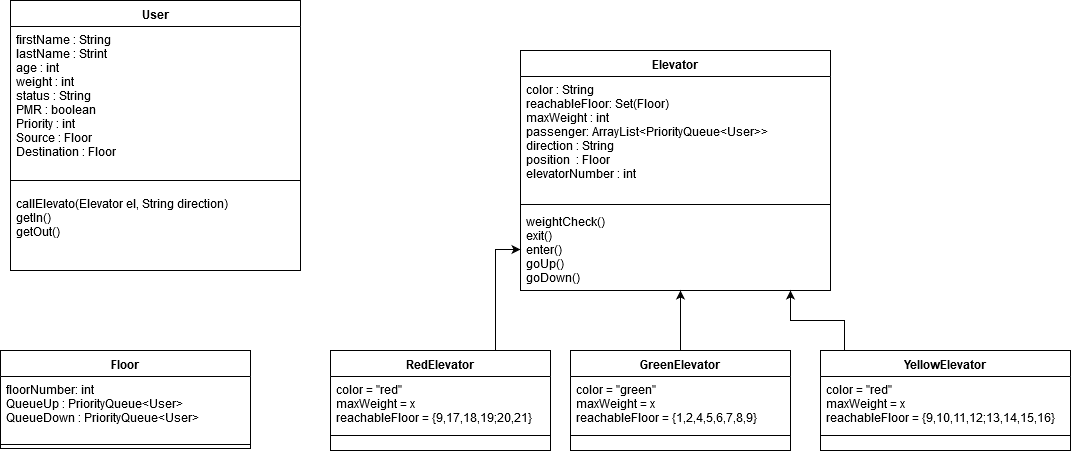
This is Untitled Diagram.png from da-ekchajzer/POO_Ascenseur, a draw.io export, as it was before one commit. Source tidied: cells renumbered, new cells last; positions are measured from the earlier drawing's top-left corner, leaving out a move shared by most shapes. Source of this version:
```xml
<mxGraphModel>
  <root>
    <mxCell id="0" style="html=1;" />
    <mxCell id="1" style="html=1;" parent="0" />
    <mxCell id="2" value="User" style="swimlane;fontStyle=1;align=center;verticalAlign=top;horizontal=1;startSize=26;" parent="1" vertex="1">
      <mxGeometry x="10" width="290" height="270" as="geometry" />
    </mxCell>
    <mxCell id="3" value="firstName : String&#10;lastName : Strint&#10;age : int&#10;weight : int&#10;status : String&#10;PMR : boolean&#10;Priority : int&#10;Source : Floor&#10;Destination : Floor&#10;&#10;" style="text;strokeColor=none;fillColor=none;align=left;verticalAlign=top;spacingLeft=4;spacingRight=4;overflow=hidden;" parent="2" vertex="1">
      <mxGeometry y="26" width="290" height="144" as="geometry" />
    </mxCell>
    <mxCell id="4" style="line;strokeWidth=1;fillColor=none;align=left;verticalAlign=middle;spacingTop=-1;spacingLeft=3;spacingRight=3;labelPosition=right;" parent="2" vertex="1">
      <mxGeometry y="170" width="290" height="20" as="geometry" />
    </mxCell>
    <mxCell id="5" value="callElevato(Elevator el, String direction)&#10;getIn()&#10;getOut()&#10;&#10;&#10;" style="text;strokeColor=none;fillColor=none;align=left;verticalAlign=top;spacingLeft=4;spacingRight=4;overflow=hidden;points=[[0,0.5],[1,0.5]];portConstraint=eastwest;" parent="2" vertex="1">
      <mxGeometry y="190" width="290" height="80" as="geometry" />
    </mxCell>
    <mxCell id="6" value="Elevator" style="swimlane;fontStyle=1;align=center;verticalAlign=top;horizontal=1;startSize=26;" parent="1" vertex="1">
      <mxGeometry x="520" y="50" width="310" height="240" as="geometry" />
    </mxCell>
    <mxCell id="7" value="color : String&#10;reachableFloor: Set(Floor)&#10;maxWeight : int&#10;passenger: ArrayList&lt;PriorityQueue&lt;User&gt;&gt;&#10;direction : String&#10;position  : Floor&#10;elevatorNumber : int&#10;&#10;&#10;" style="text;strokeColor=none;fillColor=none;align=left;verticalAlign=top;spacingLeft=4;spacingRight=4;overflow=hidden;" parent="6" vertex="1">
      <mxGeometry y="26" width="310" height="124" as="geometry" />
    </mxCell>
    <mxCell id="8" style="line;strokeWidth=1;fillColor=none;align=left;verticalAlign=middle;spacingTop=-1;spacingLeft=3;spacingRight=3;labelPosition=right;" parent="6" vertex="1">
      <mxGeometry y="150" width="310" height="8" as="geometry" />
    </mxCell>
    <mxCell id="9" value="weightCheck()&#10;exit()&#10;enter()&#10;goUp()&#10;goDown()&#10;" style="text;strokeColor=none;fillColor=none;align=left;verticalAlign=top;spacingLeft=4;spacingRight=4;overflow=hidden;points=[[0,0.5],[1,0.5]];portConstraint=eastwest;" parent="6" vertex="1">
      <mxGeometry y="158" width="310" height="82" as="geometry" />
    </mxCell>
    <mxCell id="10" style="edgeStyle=orthogonalEdgeStyle;rounded=0;jettySize=auto;html=1;" parent="1" edge="1" source="11">
      <mxGeometry relative="1" as="geometry">
        <mxPoint x="680" y="290" as="targetPoint" />
        <Array as="points">
          <mxPoint x="680" y="310" />
          <mxPoint x="680" y="310" />
        </Array>
      </mxGeometry>
    </mxCell>
    <mxCell id="11" value="GreenElevator" style="swimlane;fontStyle=1;align=center;verticalAlign=top;horizontal=1;startSize=26;" parent="1" vertex="1">
      <mxGeometry x="570" y="350" width="220" height="100" as="geometry" />
    </mxCell>
    <mxCell id="12" value="color = &quot;green&quot;&#10;maxWeight = x&#10;reachableFloor = {1,2,4,5,6,7,8,9}&#10;&#10;" style="text;strokeColor=none;fillColor=none;align=left;verticalAlign=top;spacingLeft=4;spacingRight=4;overflow=hidden;" parent="11" vertex="1">
      <mxGeometry y="26" width="220" height="44" as="geometry" />
    </mxCell>
    <mxCell id="13" style="line;strokeWidth=1;fillColor=none;align=left;verticalAlign=middle;spacingTop=-1;spacingLeft=3;spacingRight=3;labelPosition=right;" parent="11" vertex="1">
      <mxGeometry y="70" width="220" height="30" as="geometry" />
    </mxCell>
    <mxCell id="14" style="edgeStyle=orthogonalEdgeStyle;rounded=0;jettySize=auto;html=1;exitX=0.75;exitY=0;exitDx=0;exitDy=0;entryX=0;entryY=0.5;entryDx=0;entryDy=0;" parent="1" edge="1" source="15" target="9">
      <mxGeometry relative="1" as="geometry" />
    </mxCell>
    <mxCell id="15" value="RedElevator" style="swimlane;fontStyle=1;align=center;verticalAlign=top;horizontal=1;startSize=26;" parent="1" vertex="1">
      <mxGeometry x="330" y="350" width="220" height="100" as="geometry" />
    </mxCell>
    <mxCell id="16" value="color = &quot;red&quot;&#10;maxWeight = x&#10;reachableFloor = {9,17,18,19;20,21}&#10;&#10;" style="text;strokeColor=none;fillColor=none;align=left;verticalAlign=top;spacingLeft=4;spacingRight=4;overflow=hidden;" parent="15" vertex="1">
      <mxGeometry y="26" width="220" height="44" as="geometry" />
    </mxCell>
    <mxCell id="17" style="line;strokeWidth=1;fillColor=none;align=left;verticalAlign=middle;spacingTop=-1;spacingLeft=3;spacingRight=3;labelPosition=right;" parent="15" vertex="1">
      <mxGeometry y="70" width="220" height="30" as="geometry" />
    </mxCell>
    <mxCell id="18" style="edgeStyle=orthogonalEdgeStyle;rounded=0;jettySize=auto;html=1;entryX=0.871;entryY=1;entryDx=0;entryDy=0;entryPerimeter=0;exitX=0.096;exitY=0.01;exitDx=0;exitDy=0;exitPerimeter=0;" parent="1" edge="1" source="19" target="9">
      <mxGeometry relative="1" as="geometry" />
    </mxCell>
    <mxCell id="19" value="YellowElevator" style="swimlane;fontStyle=1;align=center;verticalAlign=top;horizontal=1;startSize=26;" parent="1" vertex="1">
      <mxGeometry x="820" y="350" width="250" height="100" as="geometry" />
    </mxCell>
    <mxCell id="20" value="color = &quot;red&quot;&#10;maxWeight = x&#10;reachableFloor = {9,10,11,12;13,14,15,16}&#10;&#10;" style="text;strokeColor=none;fillColor=none;align=left;verticalAlign=top;spacingLeft=4;spacingRight=4;overflow=hidden;" parent="19" vertex="1">
      <mxGeometry y="26" width="250" height="44" as="geometry" />
    </mxCell>
    <mxCell id="21" style="line;strokeWidth=1;fillColor=none;align=left;verticalAlign=middle;spacingTop=-1;spacingLeft=3;spacingRight=3;labelPosition=right;" parent="19" vertex="1">
      <mxGeometry y="70" width="250" height="30" as="geometry" />
    </mxCell>
    <mxCell id="22" value="Floor" style="swimlane;fontStyle=1;align=center;verticalAlign=top;horizontal=1;startSize=26;" parent="1" vertex="1">
      <mxGeometry y="350" width="250" height="98" as="geometry" />
    </mxCell>
    <mxCell id="23" value="floorNumber: int&#10;QueueUp : PriorityQueue&lt;User&gt;&#10;QueueDown : PriorityQueue&lt;User&gt;&#10;" style="text;strokeColor=none;fillColor=none;align=left;verticalAlign=top;spacingLeft=4;spacingRight=4;overflow=hidden;" parent="22" vertex="1">
      <mxGeometry y="26" width="250" height="64" as="geometry" />
    </mxCell>
    <mxCell id="24" style="line;strokeWidth=1;fillColor=none;align=left;verticalAlign=middle;spacingTop=-1;spacingLeft=3;spacingRight=3;labelPosition=right;" parent="22" vertex="1">
      <mxGeometry y="90" width="250" height="8" as="geometry" />
    </mxCell>
  </root>
</mxGraphModel>
```
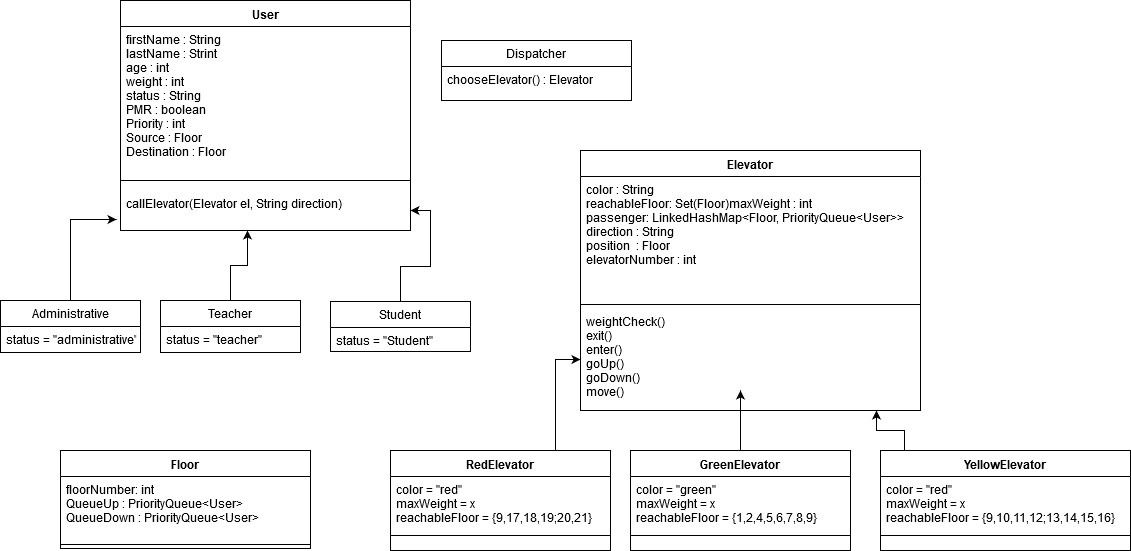
After the commit.

The edit, as a diff of the source:
```diff
@@ -3,7 +3,7 @@
     <mxCell id="0" style="html=1;" />
     <mxCell id="1" style="html=1;" parent="0" />
     <mxCell id="2" value="User" style="swimlane;fontStyle=1;align=center;verticalAlign=top;horizontal=1;startSize=26;" parent="1" vertex="1">
-      <mxGeometry x="10" width="290" height="270" as="geometry" />
+      <mxGeometry x="60" y="-100" width="290" height="230" as="geometry" />
     </mxCell>
     <mxCell id="3" value="firstName : String&#10;lastName : Strint&#10;age : int&#10;weight : int&#10;status : String&#10;PMR : boolean&#10;Priority : int&#10;Source : Floor&#10;Destination : Floor&#10;&#10;" style="text;strokeColor=none;fillColor=none;align=left;verticalAlign=top;spacingLeft=4;spacingRight=4;overflow=hidden;" parent="2" vertex="1">
       <mxGeometry y="26" width="290" height="144" as="geometry" />
@@ -11,20 +11,20 @@
     <mxCell id="4" style="line;strokeWidth=1;fillColor=none;align=left;verticalAlign=middle;spacingTop=-1;spacingLeft=3;spacingRight=3;labelPosition=right;" parent="2" vertex="1">
       <mxGeometry y="170" width="290" height="20" as="geometry" />
     </mxCell>
-    <mxCell id="5" value="callElevato(Elevator el, String direction)&#10;getIn()&#10;getOut()&#10;&#10;&#10;" style="text;strokeColor=none;fillColor=none;align=left;verticalAlign=top;spacingLeft=4;spacingRight=4;overflow=hidden;points=[[0,0.5],[1,0.5]];portConstraint=eastwest;" parent="2" vertex="1">
-      <mxGeometry y="190" width="290" height="80" as="geometry" />
+    <mxCell id="5" value="callElevator(Elevator el, String direction)&#10;&#10;&#10;&#10;&#10;" style="text;strokeColor=none;fillColor=none;align=left;verticalAlign=top;spacingLeft=4;spacingRight=4;overflow=hidden;points=[[0,0.5],[1,0.5]];portConstraint=eastwest;" parent="2" vertex="1">
+      <mxGeometry y="190" width="290" height="40" as="geometry" />
     </mxCell>
     <mxCell id="6" value="Elevator" style="swimlane;fontStyle=1;align=center;verticalAlign=top;horizontal=1;startSize=26;" parent="1" vertex="1">
-      <mxGeometry x="520" y="50" width="310" height="240" as="geometry" />
+      <mxGeometry x="520" y="50" width="340" height="260" as="geometry" />
     </mxCell>
-    <mxCell id="7" value="color : String&#10;reachableFloor: Set(Floor)&#10;maxWeight : int&#10;passenger: ArrayList&lt;PriorityQueue&lt;User&gt;&gt;&#10;direction : String&#10;position  : Floor&#10;elevatorNumber : int&#10;&#10;&#10;" style="text;strokeColor=none;fillColor=none;align=left;verticalAlign=top;spacingLeft=4;spacingRight=4;overflow=hidden;" parent="6" vertex="1">
-      <mxGeometry y="26" width="310" height="124" as="geometry" />
+    <mxCell id="7" value="color : String&#10;reachableFloor: Set(Floor)maxWeight : int&#10;passenger: LinkedHashMap&lt;Floor, PriorityQueue&lt;User&gt;&gt;&#10;direction : String&#10;position  : Floor&#10;elevatorNumber : int&#10;&#10;&#10;" style="text;strokeColor=none;fillColor=none;align=left;verticalAlign=top;spacingLeft=4;spacingRight=4;overflow=hidden;" parent="6" vertex="1">
+      <mxGeometry y="26" width="340" height="124" as="geometry" />
     </mxCell>
     <mxCell id="8" style="line;strokeWidth=1;fillColor=none;align=left;verticalAlign=middle;spacingTop=-1;spacingLeft=3;spacingRight=3;labelPosition=right;" parent="6" vertex="1">
-      <mxGeometry y="150" width="310" height="8" as="geometry" />
+      <mxGeometry y="150" width="340" height="8" as="geometry" />
     </mxCell>
-    <mxCell id="9" value="weightCheck()&#10;exit()&#10;enter()&#10;goUp()&#10;goDown()&#10;" style="text;strokeColor=none;fillColor=none;align=left;verticalAlign=top;spacingLeft=4;spacingRight=4;overflow=hidden;points=[[0,0.5],[1,0.5]];portConstraint=eastwest;" parent="6" vertex="1">
-      <mxGeometry y="158" width="310" height="82" as="geometry" />
+    <mxCell id="9" value="weightCheck()&#10;exit()&#10;enter()&#10;goUp()&#10;goDown()&#10;move()&#10;&#10;" style="text;strokeColor=none;fillColor=none;align=left;verticalAlign=top;spacingLeft=4;spacingRight=4;overflow=hidden;points=[[0,0.5],[1,0.5]];portConstraint=eastwest;" parent="6" vertex="1">
+      <mxGeometry y="158" width="340" height="102" as="geometry" />
     </mxCell>
     <mxCell id="10" style="edgeStyle=orthogonalEdgeStyle;rounded=0;jettySize=auto;html=1;" parent="1" edge="1" source="11">
       <mxGeometry relative="1" as="geometry">
@@ -77,5 +77,38 @@
     <mxCell id="24" style="line;strokeWidth=1;fillColor=none;align=left;verticalAlign=middle;spacingTop=-1;spacingLeft=3;spacingRight=3;labelPosition=right;" parent="22" vertex="1">
       <mxGeometry y="90" width="250" height="8" as="geometry" />
     </mxCell>
+    <mxCell id="25" style="edgeStyle=orthogonalEdgeStyle;rounded=0;jettySize=auto;html=1;entryX=0.438;entryY=0.988;entryDx=0;entryDy=0;entryPerimeter=0;" parent="1" edge="1" source="26" target="5">
+      <mxGeometry relative="1" as="geometry" />
+    </mxCell>
+    <mxCell id="26" value="Teacher" style="swimlane;fontStyle=0;horizontal=1;startSize=26;fillColor=none;" parent="1" vertex="1">
+      <mxGeometry x="100" y="200" width="140" height="52" as="geometry" />
+    </mxCell>
+    <mxCell id="27" value="status = &quot;teacher&quot;" style="text;strokeColor=none;fillColor=none;align=left;verticalAlign=top;spacingLeft=4;spacingRight=4;overflow=hidden;" parent="26" vertex="1">
+      <mxGeometry y="26" width="140" height="26" as="geometry" />
+    </mxCell>
+    <mxCell id="28" style="edgeStyle=orthogonalEdgeStyle;rounded=0;jettySize=auto;html=1;entryX=-0.014;entryY=0.725;entryDx=0;entryDy=0;entryPerimeter=0;" parent="1" edge="1" source="29" target="5">
+      <mxGeometry relative="1" as="geometry" />
+    </mxCell>
+    <mxCell id="29" value="Administrative" style="swimlane;fontStyle=0;horizontal=1;startSize=26;fillColor=none;" parent="1" vertex="1">
+      <mxGeometry x="-60" y="200" width="140" height="52" as="geometry" />
+    </mxCell>
+    <mxCell id="30" value="status = &quot;administrative&quot;" style="text;strokeColor=none;fillColor=none;align=left;verticalAlign=top;spacingLeft=4;spacingRight=4;overflow=hidden;" parent="29" vertex="1">
+      <mxGeometry y="26" width="140" height="26" as="geometry" />
+    </mxCell>
+    <mxCell id="31" style="edgeStyle=orthogonalEdgeStyle;rounded=0;jettySize=auto;html=1;" parent="1" edge="1" source="32" target="5">
+      <mxGeometry relative="1" as="geometry" />
+    </mxCell>
+    <mxCell id="32" value="Student" style="swimlane;fontStyle=0;horizontal=1;startSize=26;fillColor=none;" parent="1" vertex="1">
+      <mxGeometry x="270" y="201" width="140" height="50" as="geometry" />
+    </mxCell>
+    <mxCell id="33" value="status = &quot;Student&quot;&#10;" style="text;strokeColor=none;fillColor=none;align=left;verticalAlign=top;spacingLeft=4;spacingRight=4;overflow=hidden;" parent="32" vertex="1">
+      <mxGeometry y="26" width="140" height="24" as="geometry" />
+    </mxCell>
+    <mxCell id="34" value="Dispatcher" style="swimlane;fontStyle=0;horizontal=1;startSize=26;fillColor=none;" parent="1" vertex="1">
+      <mxGeometry x="381" y="-60" width="190" height="60" as="geometry" />
+    </mxCell>
+    <mxCell id="35" value="chooseElevator() : Elevator" style="text;strokeColor=none;fillColor=none;align=left;verticalAlign=top;spacingLeft=4;spacingRight=4;overflow=hidden;" parent="34" vertex="1">
+      <mxGeometry y="26" width="190" height="34" as="geometry" />
+    </mxCell>
   </root>
 </mxGraphModel>
```
